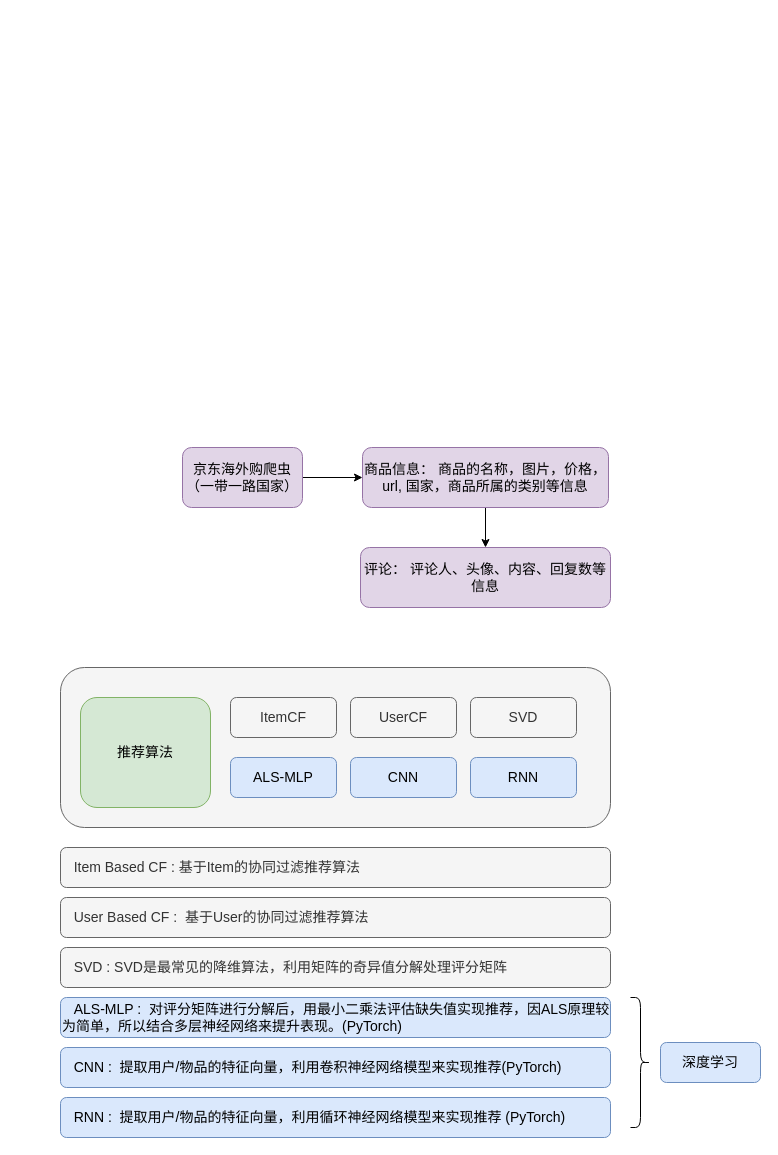
Earlier version of the draw.io diagram FLASK/一带一路大数据.drawio (redcomet88/DRAW). Source tidied: cells renumbered, new cells numbered last; positions are measured from the earlier drawing's top-left corner, leaving out a move shared by most shapes. Both pictures are drawn from the tidied source at 100%, with x=0, y=0 at pixel (60, 447).
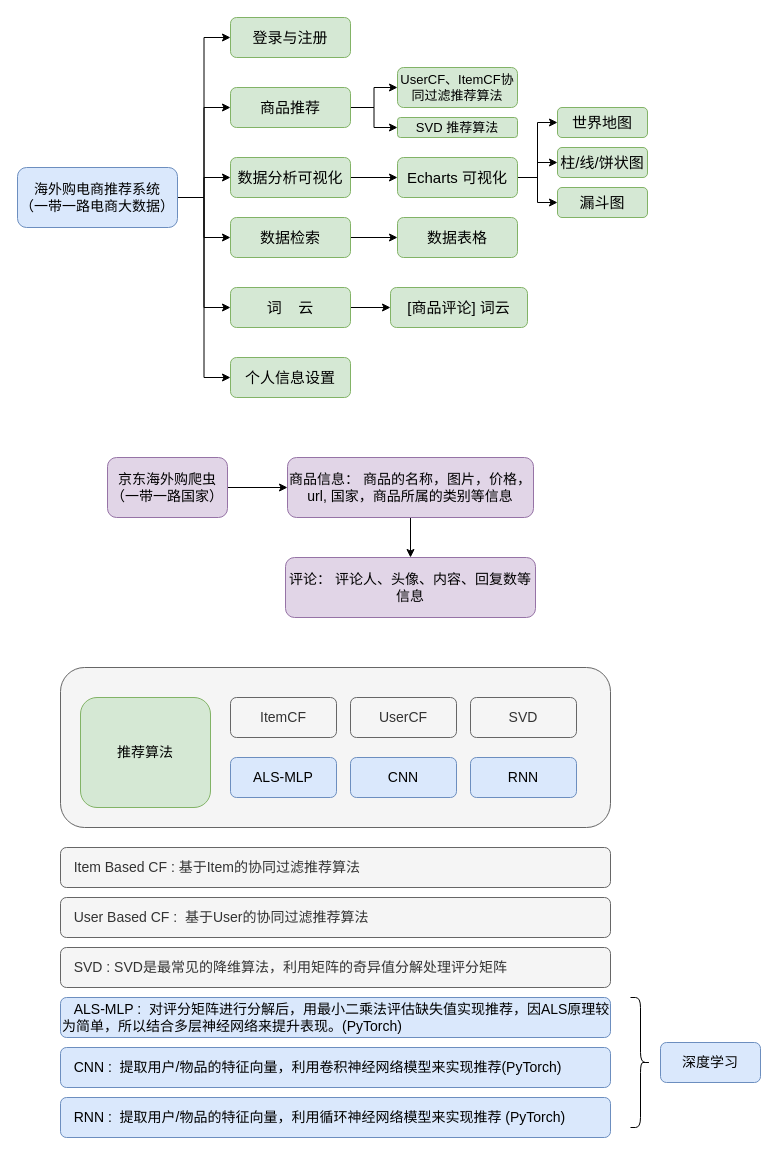
The same diagram, later.

Commit message:
更新一带一路大数据.drawio

What changed in the source:
```diff
@@
     <mxCell id="3" value="京东海外购爬虫&lt;br style=&quot;font-size: 14px;&quot;&gt;（一带一路国家）" style="rounded=1;whiteSpace=wrap;html=1;fillColor=#e1d5e7;strokeColor=#9673a6;fontSize=14;" parent="1" vertex="1">
-      <mxGeometry x="122" width="120" height="60" as="geometry" />
+      <mxGeometry x="47" y="10" width="120" height="60" as="geometry" />
     </mxCell>
@@
     <mxCell id="5" value="商品信息： 商品的名称，图片，价格，url, 国家，商品所属的类别等信息" style="rounded=1;whiteSpace=wrap;html=1;fillColor=#e1d5e7;strokeColor=#9673a6;fontSize=14;" parent="1" vertex="1">
-      <mxGeometry x="302" width="246" height="60" as="geometry" />
+      <mxGeometry x="227" y="10" width="246" height="60" as="geometry" />
     </mxCell>
     <mxCell id="6" value="评论： 评论人、头像、内容、回复数等信息" style="rounded=1;whiteSpace=wrap;html=1;fillColor=#e1d5e7;strokeColor=#9673a6;fontSize=14;" parent="1" vertex="1">
-      <mxGeometry x="300" y="100" width="250" height="60" as="geometry" />
+      <mxGeometry x="225" y="110" width="250" height="60" as="geometry" />
     </mxCell>
@@
+    <mxCell id="23" style="edgeStyle=orthogonalEdgeStyle;rounded=0;jettySize=auto;html=1;exitX=1;exitY=0.5;exitDx=0;exitDy=0;entryX=0;entryY=0.5;entryDx=0;entryDy=0;fontSize=13;" parent="1" edge="1" source="29" target="30">
+      <mxGeometry relative="1" as="geometry" />
+    </mxCell>
+    <mxCell id="24" style="edgeStyle=orthogonalEdgeStyle;rounded=0;jettySize=auto;html=1;exitX=1;exitY=0.5;exitDx=0;exitDy=0;entryX=0;entryY=0.5;entryDx=0;entryDy=0;fontSize=13;" parent="1" edge="1" source="29" target="38">
+      <mxGeometry relative="1" as="geometry" />
+    </mxCell>
+    <mxCell id="25" style="edgeStyle=orthogonalEdgeStyle;rounded=0;jettySize=auto;html=1;exitX=1;exitY=0.5;exitDx=0;exitDy=0;entryX=0;entryY=0.5;entryDx=0;entryDy=0;fontSize=13;" parent="1" edge="1" source="29" target="32">
+      <mxGeometry relative="1" as="geometry" />
+    </mxCell>
+    <mxCell id="26" style="edgeStyle=orthogonalEdgeStyle;rounded=0;jettySize=auto;html=1;exitX=1;exitY=0.5;exitDx=0;exitDy=0;fontSize=13;" parent="1" edge="1" source="29" target="40">
+      <mxGeometry relative="1" as="geometry" />
+    </mxCell>
+    <mxCell id="27" style="edgeStyle=orthogonalEdgeStyle;rounded=0;jettySize=auto;html=1;exitX=1;exitY=0.5;exitDx=0;exitDy=0;entryX=0;entryY=0.5;entryDx=0;entryDy=0;fontSize=13;" parent="1" edge="1" source="29" target="34">
+      <mxGeometry relative="1" as="geometry" />
+    </mxCell>
+    <mxCell id="28" style="edgeStyle=orthogonalEdgeStyle;rounded=0;jettySize=auto;html=1;exitX=1;exitY=0.5;exitDx=0;exitDy=0;entryX=0;entryY=0.5;entryDx=0;entryDy=0;fontSize=13;" parent="1" edge="1" source="29" target="51">
+      <mxGeometry relative="1" as="geometry" />
+    </mxCell>
+    <mxCell id="29" value="海外购电商推荐系统&lt;br&gt;（一带一路电商大数据）" style="rounded=1;whiteSpace=wrap;html=1;fontSize=14;fillColor=#dae8fc;strokeColor=#6c8ebf;" parent="1" vertex="1">
+      <mxGeometry x="-43" y="-280" width="160" height="60" as="geometry" />
+    </mxCell>
+    <mxCell id="30" value="登录与注册" style="rounded=1;whiteSpace=wrap;html=1;fontSize=15;fillColor=#d5e8d4;strokeColor=#82b366;" parent="1" vertex="1">
+      <mxGeometry x="170" y="-430" width="120" height="40" as="geometry" />
+    </mxCell>
+    <mxCell id="31" style="edgeStyle=orthogonalEdgeStyle;rounded=0;jettySize=auto;html=1;exitX=1;exitY=0.5;exitDx=0;exitDy=0;entryX=0;entryY=0.5;entryDx=0;entryDy=0;fontSize=13;" parent="1" edge="1" source="32" target="46">
+      <mxGeometry relative="1" as="geometry" />
+    </mxCell>
+    <mxCell id="32" value="数据分析可视化" style="rounded=1;whiteSpace=wrap;html=1;fontSize=15;fillColor=#d5e8d4;strokeColor=#82b366;" parent="1" vertex="1">
+      <mxGeometry x="170" y="-290" width="120" height="40" as="geometry" />
+    </mxCell>
+    <mxCell id="33" style="edgeStyle=orthogonalEdgeStyle;rounded=0;jettySize=auto;html=1;exitX=1;exitY=0.5;exitDx=0;exitDy=0;entryX=0;entryY=0.5;entryDx=0;entryDy=0;fontSize=13;" parent="1" edge="1" source="34" target="35">
+      <mxGeometry relative="1" as="geometry" />
+    </mxCell>
+    <mxCell id="34" value="词&amp;nbsp; &amp;nbsp; 云" style="rounded=1;whiteSpace=wrap;html=1;fontSize=15;fillColor=#d5e8d4;strokeColor=#82b366;" parent="1" vertex="1">
+      <mxGeometry x="170" y="-160" width="120" height="40" as="geometry" />
+    </mxCell>
+    <mxCell id="35" value="[商品评论] 词云" style="rounded=1;whiteSpace=wrap;html=1;fontSize=15;fillColor=#d5e8d4;strokeColor=#82b366;" parent="1" vertex="1">
+      <mxGeometry x="330" y="-160" width="137" height="40" as="geometry" />
+    </mxCell>
+    <mxCell id="36" style="edgeStyle=orthogonalEdgeStyle;rounded=0;jettySize=auto;html=1;exitX=1;exitY=0.5;exitDx=0;exitDy=0;entryX=0;entryY=0.5;entryDx=0;entryDy=0;fontSize=13;" parent="1" edge="1" source="38" target="41">
+      <mxGeometry relative="1" as="geometry" />
+    </mxCell>
+    <mxCell id="37" style="edgeStyle=orthogonalEdgeStyle;rounded=0;jettySize=auto;html=1;exitX=1;exitY=0.5;exitDx=0;exitDy=0;entryX=0;entryY=0.5;entryDx=0;entryDy=0;fontSize=13;" parent="1" edge="1" source="38" target="42">
+      <mxGeometry relative="1" as="geometry" />
+    </mxCell>
+    <mxCell id="38" value="商品推荐" style="rounded=1;whiteSpace=wrap;html=1;fontSize=15;fillColor=#d5e8d4;strokeColor=#82b366;" parent="1" vertex="1">
+      <mxGeometry x="170" y="-360" width="120" height="40" as="geometry" />
+    </mxCell>
+    <mxCell id="39" style="edgeStyle=orthogonalEdgeStyle;rounded=0;jettySize=auto;html=1;exitX=1;exitY=0.5;exitDx=0;exitDy=0;entryX=0;entryY=0.5;entryDx=0;entryDy=0;fontSize=13;" parent="1" edge="1" source="40" target="50">
+      <mxGeometry relative="1" as="geometry" />
+    </mxCell>
+    <mxCell id="40" value="数据检索" style="rounded=1;whiteSpace=wrap;html=1;fontSize=15;fillColor=#d5e8d4;strokeColor=#82b366;" parent="1" vertex="1">
+      <mxGeometry x="170" y="-230" width="120" height="40" as="geometry" />
+    </mxCell>
+    <mxCell id="41" value="UserCF、ItemCF协同过滤推荐算法" style="rounded=1;whiteSpace=wrap;html=1;fontSize=13;fillColor=#d5e8d4;strokeColor=#82b366;" parent="1" vertex="1">
+      <mxGeometry x="337" y="-380" width="120" height="40" as="geometry" />
+    </mxCell>
+    <mxCell id="42" value="SVD 推荐算法" style="rounded=1;whiteSpace=wrap;html=1;fontSize=13;fillColor=#d5e8d4;strokeColor=#82b366;" parent="1" vertex="1">
+      <mxGeometry x="337" y="-330" width="120" height="20" as="geometry" />
+    </mxCell>
+    <mxCell id="43" style="edgeStyle=orthogonalEdgeStyle;rounded=0;jettySize=auto;html=1;exitX=1;exitY=0.5;exitDx=0;exitDy=0;entryX=0;entryY=0.5;entryDx=0;entryDy=0;fontSize=13;" parent="1" edge="1" source="46" target="47">
+      <mxGeometry relative="1" as="geometry" />
+    </mxCell>
+    <mxCell id="44" style="edgeStyle=orthogonalEdgeStyle;rounded=0;jettySize=auto;html=1;exitX=1;exitY=0.5;exitDx=0;exitDy=0;entryX=0;entryY=0.5;entryDx=0;entryDy=0;fontSize=13;" parent="1" edge="1" source="46" target="48">
+      <mxGeometry relative="1" as="geometry" />
+    </mxCell>
+    <mxCell id="45" style="edgeStyle=orthogonalEdgeStyle;rounded=0;jettySize=auto;html=1;exitX=1;exitY=0.5;exitDx=0;exitDy=0;entryX=0;entryY=0.5;entryDx=0;entryDy=0;fontSize=13;" parent="1" edge="1" source="46" target="49">
+      <mxGeometry relative="1" as="geometry" />
+    </mxCell>
+    <mxCell id="46" value="Echarts 可视化" style="rounded=1;whiteSpace=wrap;html=1;fontSize=15;fillColor=#d5e8d4;strokeColor=#82b366;" parent="1" vertex="1">
+      <mxGeometry x="337" y="-290" width="120" height="40" as="geometry" />
+    </mxCell>
+    <mxCell id="47" value="世界地图" style="rounded=1;whiteSpace=wrap;html=1;fontSize=15;fillColor=#d5e8d4;strokeColor=#82b366;" parent="1" vertex="1">
+      <mxGeometry x="497" y="-340" width="90" height="30" as="geometry" />
+    </mxCell>
+    <mxCell id="48" value="柱/线/饼状图" style="rounded=1;whiteSpace=wrap;html=1;fontSize=15;fillColor=#d5e8d4;strokeColor=#82b366;" parent="1" vertex="1">
+      <mxGeometry x="497" y="-300" width="90" height="30" as="geometry" />
+    </mxCell>
+    <mxCell id="49" value="漏斗图" style="rounded=1;whiteSpace=wrap;html=1;fontSize=15;fillColor=#d5e8d4;strokeColor=#82b366;" parent="1" vertex="1">
+      <mxGeometry x="497" y="-260" width="90" height="30" as="geometry" />
+    </mxCell>
+    <mxCell id="50" value="数据表格" style="rounded=1;whiteSpace=wrap;html=1;fontSize=15;fillColor=#d5e8d4;strokeColor=#82b366;" parent="1" vertex="1">
+      <mxGeometry x="337" y="-230" width="120" height="40" as="geometry" />
+    </mxCell>
+    <mxCell id="51" value="个人信息设置" style="rounded=1;whiteSpace=wrap;html=1;fontSize=15;fillColor=#d5e8d4;strokeColor=#82b366;" parent="1" vertex="1">
+      <mxGeometry x="170" y="-90" width="120" height="40" as="geometry" />
+    </mxCell>
```
